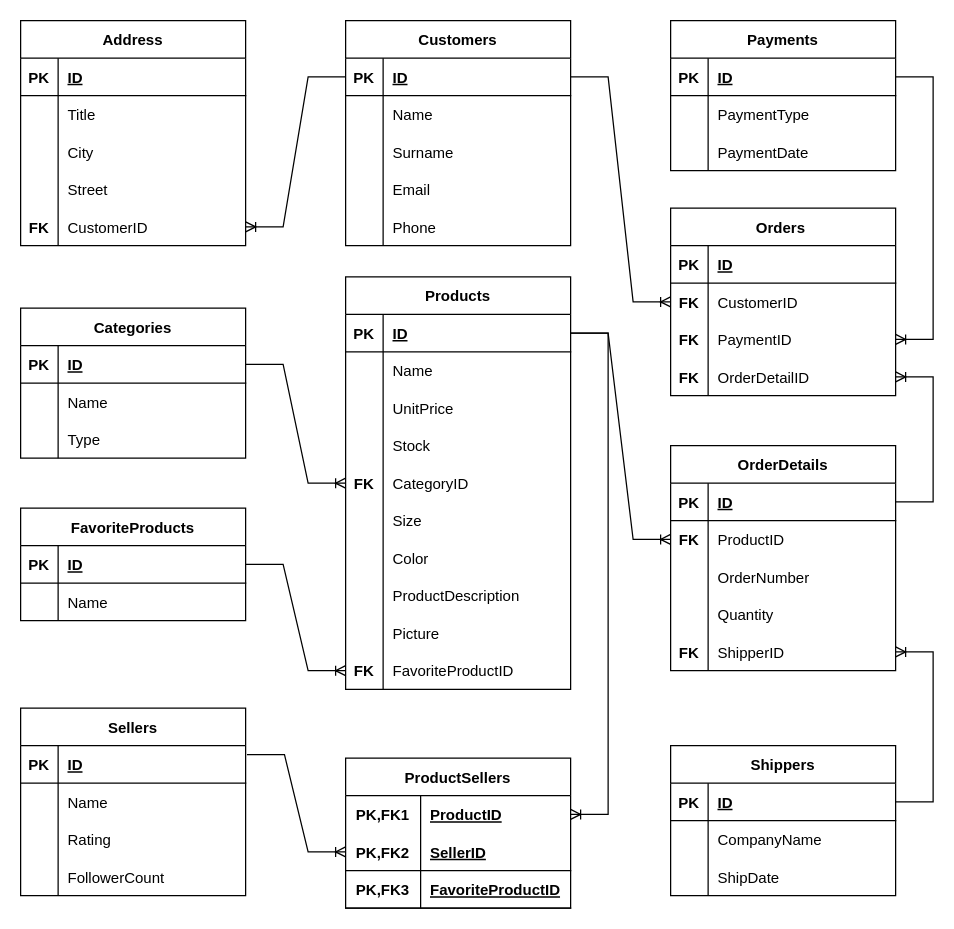
Above: ecommerce-erdiagram.drawio in niluferdone/EtiyaAkademi-Python (draw.io), before the change. Source tidied: cells renumbered, new cells numbered last; positions are measured from the earlier drawing's top-left corner, leaving out a move shared by most shapes. Both pictures are drawn from the tidied source at 125%, with x=0, y=0 at pixel (20, 20).
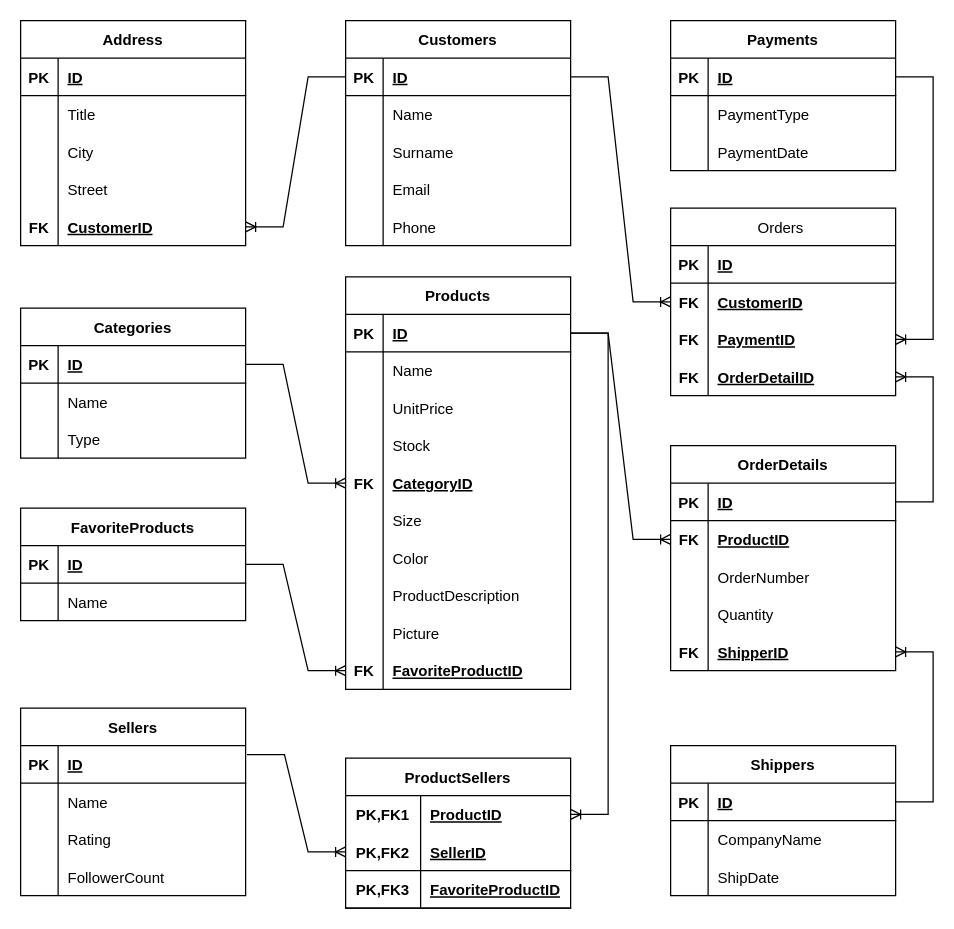
After the change.

The change refers to these unchanged cells:
```xml
<mxCell id="31" style="shape=tableRow;horizontal=0;startSize=0;swimlaneHead=0;swimlaneBody=0;fillColor=none;points=[[0,0.5],[1,0.5]];portConstraint=eastwest;top=0;left=0;right=0;bottom=0;" parent="18" vertex="1">
  <mxGeometry y="150" width="180" height="30" as="geometry" />
</mxCell>
<mxCell id="61" style="shape=tableRow;horizontal=0;startSize=0;swimlaneHead=0;swimlaneBody=0;fillColor=none;points=[[0,0.5],[1,0.5]];portConstraint=eastwest;top=0;left=0;right=0;bottom=0;" parent="48" vertex="1">
  <mxGeometry y="150" width="180" height="30" as="geometry" />
</mxCell>
<mxCell id="76" style="shape=tableRow;horizontal=0;startSize=0;swimlaneHead=0;swimlaneBody=0;fillColor=none;points=[[0,0.5],[1,0.5]];portConstraint=eastwest;top=0;left=0;right=0;bottom=0;" parent="48" vertex="1">
  <mxGeometry y="300" width="180" height="30" as="geometry" />
</mxCell>
<mxCell id="105" style="shape=tableRow;horizontal=0;startSize=0;swimlaneHead=0;swimlaneBody=0;fillColor=none;points=[[0,0.5],[1,0.5]];portConstraint=eastwest;top=0;left=0;right=0;bottom=0;" parent="101" vertex="1">
  <mxGeometry y="60" width="180" height="30" as="geometry" />
</mxCell>
<mxCell id="108" style="shape=tableRow;horizontal=0;startSize=0;swimlaneHead=0;swimlaneBody=0;fillColor=none;points=[[0,0.5],[1,0.5]];portConstraint=eastwest;top=0;left=0;right=0;bottom=0;" parent="101" vertex="1">
  <mxGeometry y="90" width="180" height="30" as="geometry" />
</mxCell>
<mxCell id="111" style="shape=tableRow;horizontal=0;startSize=0;swimlaneHead=0;swimlaneBody=0;fillColor=none;points=[[0,0.5],[1,0.5]];portConstraint=eastwest;top=0;left=0;right=0;bottom=0;" parent="101" vertex="1">
  <mxGeometry y="120" width="180" height="30" as="geometry" />
</mxCell>
<mxCell id="128" style="shape=tableRow;horizontal=0;startSize=0;swimlaneHead=0;swimlaneBody=0;fillColor=none;points=[[0,0.5],[1,0.5]];portConstraint=eastwest;top=0;left=0;right=0;bottom=0;" parent="124" vertex="1">
  <mxGeometry y="60" width="180" height="30" as="geometry" />
</mxCell>
<mxCell id="137" style="shape=tableRow;horizontal=0;startSize=0;swimlaneHead=0;swimlaneBody=0;fillColor=none;points=[[0,0.5],[1,0.5]];portConstraint=eastwest;top=0;left=0;right=0;bottom=0;" parent="124" vertex="1">
  <mxGeometry y="150" width="180" height="30" as="geometry" />
</mxCell>
```

Diff of the diagram source:
```diff
@@
-    <mxCell id="33" value="CustomerID" style="shape=partialRectangle;fillColor=none;top=0;left=0;bottom=0;right=0;align=left;spacingLeft=6;overflow=hidden;" parent="31" vertex="1">
+    <mxCell id="33" value="CustomerID" style="shape=partialRectangle;fillColor=none;top=0;left=0;bottom=0;right=0;align=left;spacingLeft=6;overflow=hidden;fontStyle=5;" parent="31" vertex="1">
       <mxGeometry x="30" width="150" height="30" as="geometry" />
     </mxCell>
@@
-    <mxCell id="63" value="CategoryID" style="shape=partialRectangle;fillColor=none;top=0;left=0;bottom=0;right=0;align=left;spacingLeft=6;overflow=hidden;" parent="61" vertex="1">
+    <mxCell id="63" value="CategoryID" style="shape=partialRectangle;fillColor=none;top=0;left=0;bottom=0;right=0;align=left;spacingLeft=6;overflow=hidden;fontStyle=5;" parent="61" vertex="1">
       <mxGeometry x="30" width="150" height="30" as="geometry" />
     </mxCell>
@@
-    <mxCell id="78" value="FavoriteProductID" style="shape=partialRectangle;fillColor=none;top=0;left=0;bottom=0;right=0;align=left;spacingLeft=6;overflow=hidden;" parent="76" vertex="1">
+    <mxCell id="78" value="FavoriteProductID" style="shape=partialRectangle;fillColor=none;top=0;left=0;bottom=0;right=0;align=left;spacingLeft=6;overflow=hidden;fontStyle=5;" parent="76" vertex="1">
       <mxGeometry x="30" width="150" height="30" as="geometry" />
     </mxCell>
@@
-    <mxCell id="101" value="Orders " style="shape=table;startSize=30;childLayout=tableLayout;rowLines=0;fontStyle=1;align=center;" parent="1" vertex="1">
+    <mxCell id="101" value="Orders " style="shape=table;startSize=30;childLayout=tableLayout;rowLines=0;fontStyle=0;align=center;" parent="1" vertex="1">
       <mxGeometry x="520" y="150" width="180" height="150" as="geometry" />
     </mxCell>
@@
-    <mxCell id="107" value="CustomerID" style="shape=partialRectangle;fillColor=none;top=0;left=0;bottom=0;right=0;align=left;spacingLeft=6;overflow=hidden;" parent="105" vertex="1">
+    <mxCell id="107" value="CustomerID" style="shape=partialRectangle;fillColor=none;top=0;left=0;bottom=0;right=0;align=left;spacingLeft=6;overflow=hidden;fontStyle=5;" parent="105" vertex="1">
       <mxGeometry x="30" width="150" height="30" as="geometry" />
     </mxCell>
@@
-    <mxCell id="110" value="PaymentID" style="shape=partialRectangle;fillColor=none;top=0;left=0;bottom=0;right=0;align=left;spacingLeft=6;overflow=hidden;" parent="108" vertex="1">
+    <mxCell id="110" value="PaymentID" style="shape=partialRectangle;fillColor=none;top=0;left=0;bottom=0;right=0;align=left;spacingLeft=6;overflow=hidden;fontStyle=5;" parent="108" vertex="1">
       <mxGeometry x="30" width="150" height="30" as="geometry" />
     </mxCell>
@@
-    <mxCell id="113" value="OrderDetailID" style="shape=partialRectangle;fillColor=none;top=0;left=0;bottom=0;right=0;align=left;spacingLeft=6;overflow=hidden;" parent="111" vertex="1">
+    <mxCell id="113" value="OrderDetailID" style="shape=partialRectangle;fillColor=none;top=0;left=0;bottom=0;right=0;align=left;spacingLeft=6;overflow=hidden;fontStyle=5;" parent="111" vertex="1">
       <mxGeometry x="30" width="150" height="30" as="geometry" />
     </mxCell>
@@
-    <mxCell id="130" value="ProductID" style="shape=partialRectangle;fillColor=none;top=0;left=0;bottom=0;right=0;align=left;spacingLeft=6;overflow=hidden;" parent="128" vertex="1">
+    <mxCell id="130" value="ProductID" style="shape=partialRectangle;fillColor=none;top=0;left=0;bottom=0;right=0;align=left;spacingLeft=6;overflow=hidden;fontStyle=5;" parent="128" vertex="1">
       <mxGeometry x="30" width="150" height="30" as="geometry" />
     </mxCell>
@@
-    <mxCell id="139" value="ShipperID" style="shape=partialRectangle;fillColor=none;top=0;left=0;bottom=0;right=0;align=left;spacingLeft=6;overflow=hidden;" parent="137" vertex="1">
+    <mxCell id="139" value="ShipperID" style="shape=partialRectangle;fillColor=none;top=0;left=0;bottom=0;right=0;align=left;spacingLeft=6;overflow=hidden;fontStyle=5;" parent="137" vertex="1">
       <mxGeometry x="30" width="150" height="30" as="geometry" />
     </mxCell>
```
